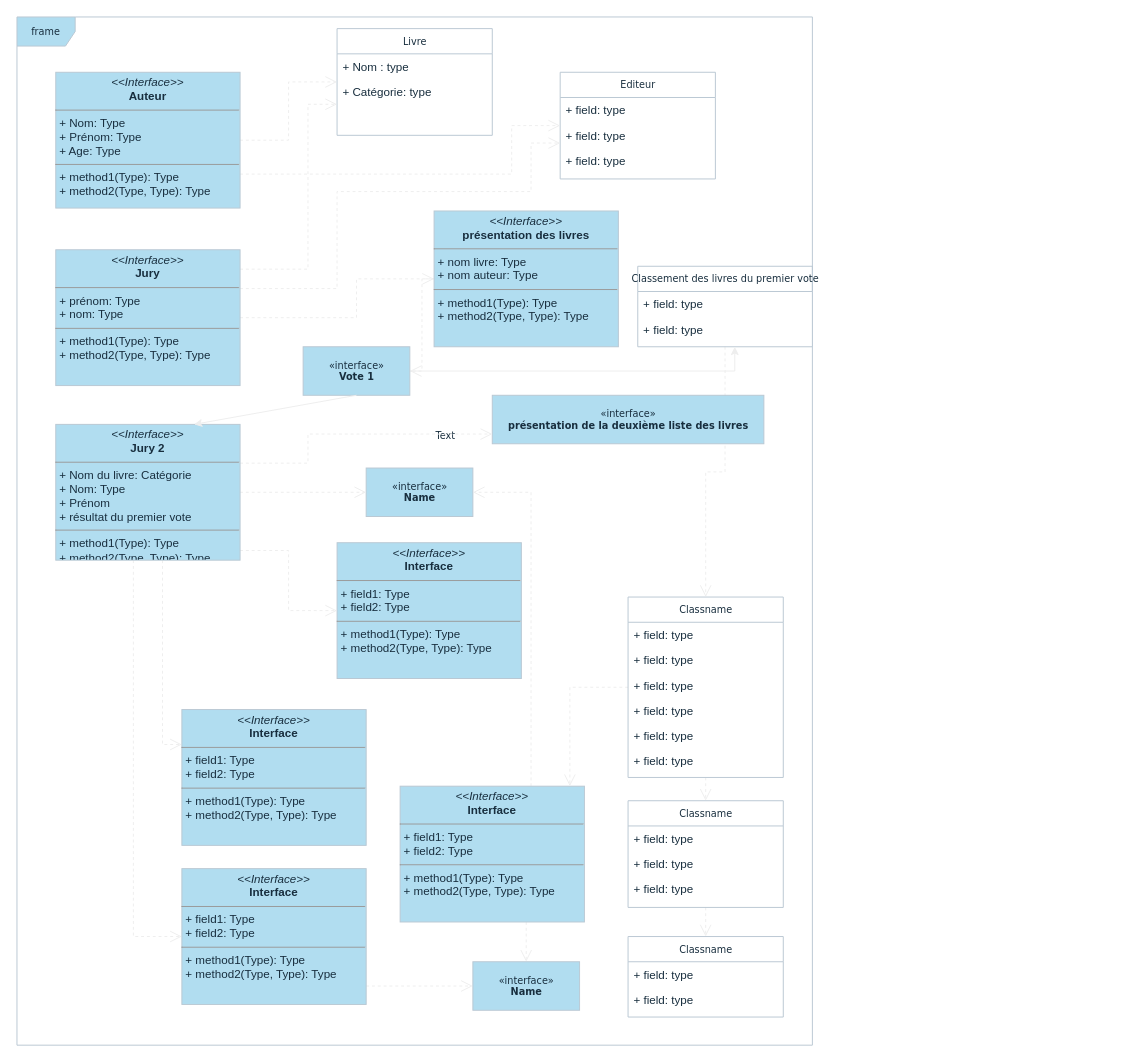
enzo31100/Formation-python keeps this draw.io diagram as Diagramme sans nom.drawio. Above is the earlier version. Source tidied: cells renumbered, new cells numbered last; positions are measured from the earlier drawing's top-left corner, leaving out a move shared by most shapes. Both pictures are drawn from the tidied source at 97%, with x=0, y=0 at pixel (16, 16).
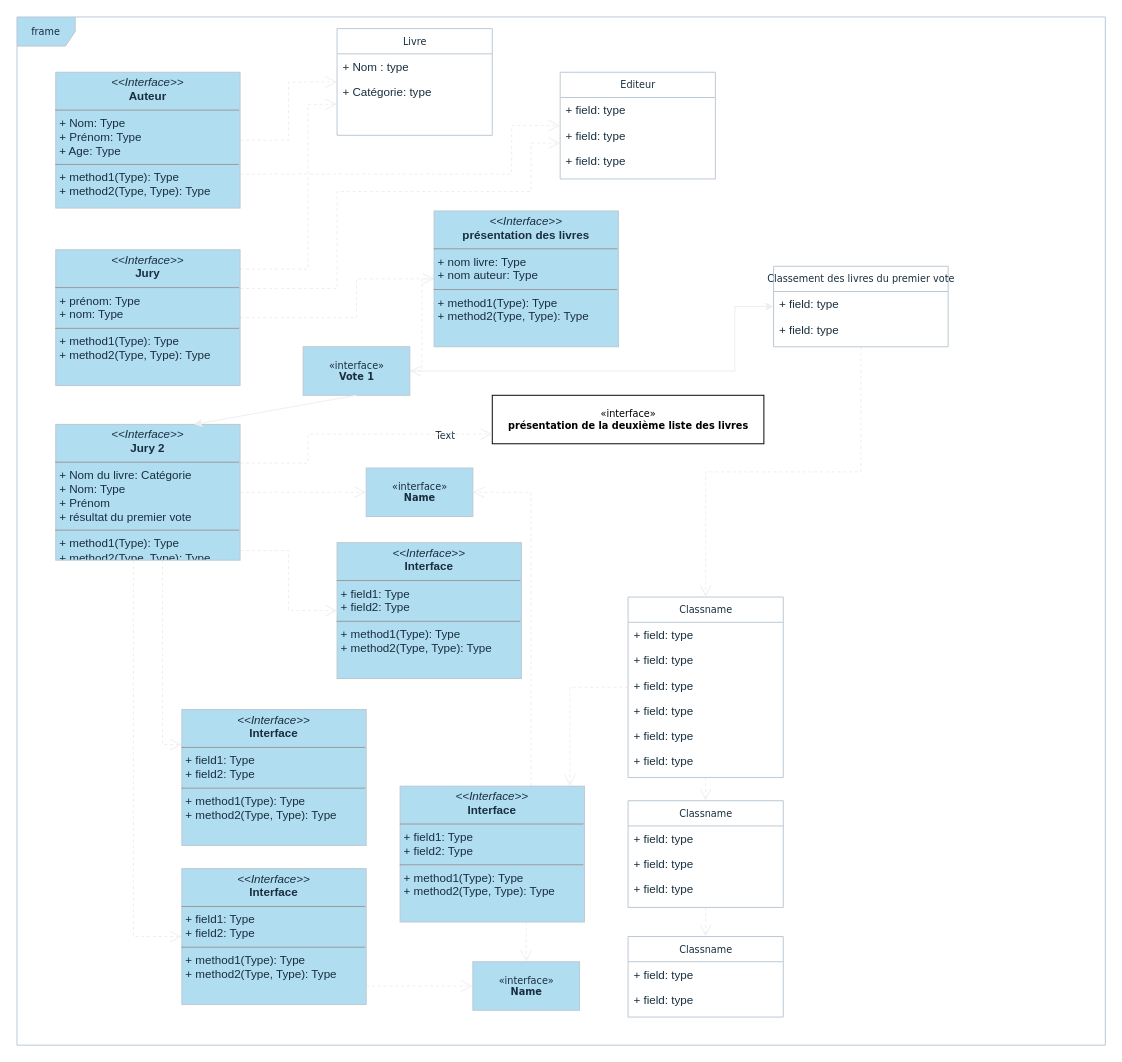
The same page after the edit.

Commit message:
Mettre à jour Diagramme sans nom.drawio

The edit, as a diff of the source:
```diff
@@
     <mxCell id="2" value="frame" style="shape=umlFrame;whiteSpace=wrap;html=1;rounded=0;shadow=0;comic=0;labelBackgroundColor=none;strokeWidth=1;fontFamily=Verdana;fontSize=10;align=center;fillColor=#B1DDF0;strokeColor=#BAC8D3;fontColor=#182E3E;" parent="1" vertex="1">
-      <mxGeometry width="820" height="1060" as="geometry" />
+      <mxGeometry width="1122" height="1060" as="geometry" />
     </mxCell>
@@
     <mxCell id="28" value="Classement des livres du premier vote" style="swimlane;html=1;fontStyle=0;horizontal=1;startSize=26;fillColor=none;swimlaneFillColor=#ffffff;rounded=0;shadow=0;comic=0;labelBackgroundColor=none;strokeWidth=1;fontFamily=Verdana;fontSize=10;align=center;strokeColor=#BAC8D3;fontColor=#182E3E;" parent="1" vertex="1">
-      <mxGeometry x="640" y="257" width="180" height="83" as="geometry" />
+      <mxGeometry x="780" y="257" width="180" height="83" as="geometry" />
     </mxCell>
@@
-    <mxCell id="40" value="«interface»&lt;br&gt;&lt;b&gt;présentation de la deuxième liste des livres&lt;/b&gt;" style="html=1;rounded=0;shadow=0;comic=0;labelBackgroundColor=none;strokeWidth=1;fontFamily=Verdana;fontSize=10;align=center;fillColor=#B1DDF0;strokeColor=#BAC8D3;fontColor=#182E3E;" parent="1" vertex="1">
+    <mxCell id="40" value="«interface»&lt;br&gt;&lt;b&gt;présentation de la deuxième liste des livres&lt;/b&gt;" style="html=1;rounded=0;shadow=0;comic=0;labelBackgroundColor=none;strokeWidth=1;fontFamily=Verdana;fontSize=10;align=center;" parent="1" vertex="1">
       <mxGeometry x="490" y="390" width="280" height="50" as="geometry" />
     </mxCell>
```
